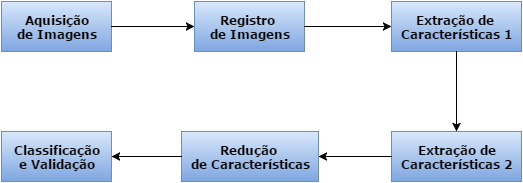
caiobelfort/Monografia keeps this draw.io diagram as projeto/figures/methodology/fluxograma_metodologia.png. Above is the earlier version. Source tidied: cells renumbered, new cells last; positions are measured from the earlier drawing's top-left corner, leaving out a move shared by most shapes. Its diagram source:
```xml
<mxGraphModel background="#ffffff">
  <root>
    <mxCell id="0" />
    <mxCell id="1" parent="0" />
    <mxCell id="2" value="Aquisição&lt;br&gt;de Imagens" style="html=1;plain-blue;fontStyle=1;fontFamily=Verdana;" parent="1" vertex="1">
      <mxGeometry width="110" height="50" as="geometry" />
    </mxCell>
    <mxCell id="3" value="Registro&amp;nbsp;&lt;div&gt;de Imagens&lt;/div&gt;" style="html=1;plain-blue;fontStyle=1;fontFamily=Verdana;" parent="1" vertex="1">
      <mxGeometry x="193" width="110" height="50" as="geometry" />
    </mxCell>
    <mxCell id="4" value="Extração de&amp;nbsp;&lt;br&gt;Características 1" style="html=1;plain-blue;fontStyle=1;fontFamily=Verdana;" parent="1" vertex="1">
      <mxGeometry x="390" width="130" height="50" as="geometry" />
    </mxCell>
    <mxCell id="5" value="Extração de&lt;div&gt;Características 2&lt;/div&gt;" style="html=1;plain-blue;fontStyle=1;fontFamily=Verdana;" parent="1" vertex="1">
      <mxGeometry x="390" y="130" width="130" height="50" as="geometry" />
    </mxCell>
    <mxCell id="6" value="Redução&amp;nbsp;&lt;div&gt;de Características&lt;/div&gt;" style="html=1;plain-blue;fontStyle=1;fontFamily=Verdana;" parent="1" vertex="1">
      <mxGeometry x="180" y="130" width="137" height="50" as="geometry" />
    </mxCell>
    <mxCell id="7" value="Classificação&lt;br&gt;e Validação" style="html=1;plain-blue;fontStyle=1;fontFamily=Verdana;" parent="1" vertex="1">
      <mxGeometry y="130" width="110" height="50" as="geometry" />
    </mxCell>
    <mxCell id="8" style="endArrow=classic;html=1;entryX=0;entryY=0.5;exitX=1;exitY=0.5;" parent="1" edge="1" source="2" target="3">
      <mxGeometry x="220" y="225" as="geometry" />
    </mxCell>
    <mxCell id="9" style="endArrow=classic;html=1;entryX=0;entryY=0.5;exitX=1;exitY=0.5;" parent="1" edge="1" source="3" target="4">
      <mxGeometry x="413" y="225" as="geometry" />
    </mxCell>
    <mxCell id="10" style="endArrow=classic;html=1;entryX=1;entryY=0.5;exitX=0;exitY=0.5;" parent="1" edge="1" source="5" target="6">
      <mxGeometry x="427" y="355" as="geometry" />
    </mxCell>
    <mxCell id="11" style="endArrow=classic;html=1;exitX=0;exitY=0.5;entryX=1;entryY=0.5;" parent="1" edge="1" source="6" target="7">
      <mxGeometry x="220" y="355" as="geometry" />
    </mxCell>
    <mxCell id="12" style="endArrow=classic;html=1;entryX=0.5;entryY=0;exitX=0.5;exitY=1;" parent="1" edge="1" source="4" target="5">
      <mxGeometry x="565" y="250" as="geometry" />
    </mxCell>
  </root>
</mxGraphModel>
```
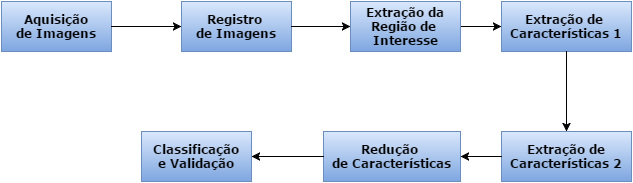
Above is the later version.

The edit, as a diff of the source:
```diff
@@ -6,34 +6,40 @@
       <mxGeometry width="110" height="50" as="geometry" />
     </mxCell>
     <mxCell id="3" value="Registro&amp;nbsp;&lt;div&gt;de Imagens&lt;/div&gt;" style="html=1;plain-blue;fontStyle=1;fontFamily=Verdana;" parent="1" vertex="1">
-      <mxGeometry x="193" width="110" height="50" as="geometry" />
+      <mxGeometry x="180" width="110" height="50" as="geometry" />
     </mxCell>
     <mxCell id="4" value="Extração de&amp;nbsp;&lt;br&gt;Características 1" style="html=1;plain-blue;fontStyle=1;fontFamily=Verdana;" parent="1" vertex="1">
-      <mxGeometry x="390" width="130" height="50" as="geometry" />
+      <mxGeometry x="500" width="130" height="50" as="geometry" />
     </mxCell>
     <mxCell id="5" value="Extração de&lt;div&gt;Características 2&lt;/div&gt;" style="html=1;plain-blue;fontStyle=1;fontFamily=Verdana;" parent="1" vertex="1">
-      <mxGeometry x="390" y="130" width="130" height="50" as="geometry" />
+      <mxGeometry x="500" y="130" width="130" height="50" as="geometry" />
     </mxCell>
     <mxCell id="6" value="Redução&amp;nbsp;&lt;div&gt;de Características&lt;/div&gt;" style="html=1;plain-blue;fontStyle=1;fontFamily=Verdana;" parent="1" vertex="1">
-      <mxGeometry x="180" y="130" width="137" height="50" as="geometry" />
+      <mxGeometry x="322" y="130" width="137" height="50" as="geometry" />
     </mxCell>
     <mxCell id="7" value="Classificação&lt;br&gt;e Validação" style="html=1;plain-blue;fontStyle=1;fontFamily=Verdana;" parent="1" vertex="1">
-      <mxGeometry y="130" width="110" height="50" as="geometry" />
+      <mxGeometry x="140" y="130" width="110" height="50" as="geometry" />
     </mxCell>
     <mxCell id="8" style="endArrow=classic;html=1;entryX=0;entryY=0.5;exitX=1;exitY=0.5;" parent="1" edge="1" source="2" target="3">
       <mxGeometry x="220" y="225" as="geometry" />
     </mxCell>
-    <mxCell id="9" style="endArrow=classic;html=1;entryX=0;entryY=0.5;exitX=1;exitY=0.5;" parent="1" edge="1" source="3" target="4">
-      <mxGeometry x="413" y="225" as="geometry" />
+    <mxCell id="9" style="endArrow=classic;html=1;entryX=0;entryY=0.5;exitX=1;exitY=0.5;" parent="1" edge="1" source="13" target="4">
+      <mxGeometry x="569" y="225" as="geometry" />
     </mxCell>
     <mxCell id="10" style="endArrow=classic;html=1;entryX=1;entryY=0.5;exitX=0;exitY=0.5;" parent="1" edge="1" source="5" target="6">
-      <mxGeometry x="427" y="355" as="geometry" />
+      <mxGeometry x="569" y="355" as="geometry" />
     </mxCell>
     <mxCell id="11" style="endArrow=classic;html=1;exitX=0;exitY=0.5;entryX=1;entryY=0.5;" parent="1" edge="1" source="6" target="7">
-      <mxGeometry x="220" y="355" as="geometry" />
+      <mxGeometry x="360" y="355" as="geometry" />
     </mxCell>
     <mxCell id="12" style="endArrow=classic;html=1;entryX=0.5;entryY=0;exitX=0.5;exitY=1;" parent="1" edge="1" source="4" target="5">
-      <mxGeometry x="565" y="250" as="geometry" />
+      <mxGeometry x="675" y="250" as="geometry" />
     </mxCell>
+    <mxCell id="13" value="Extração da&lt;br&gt;Região de&amp;nbsp;&lt;div&gt;Interesse&lt;/div&gt;" style="html=1;plain-blue;fontStyle=1;fontFamily=Verdana;" parent="1" vertex="1">
+      <mxGeometry x="349" width="110" height="50" as="geometry" />
+    </mxCell>
+    <mxCell id="14" style="endArrow=classic;html=1;entryX=0;entryY=0.5;exitX=1;exitY=0.5;" parent="1" edge="1" source="3" target="13">
+      <mxGeometry x="400" y="225" as="geometry" />
+    </mxCell>
   </root>
 </mxGraphModel>
```
